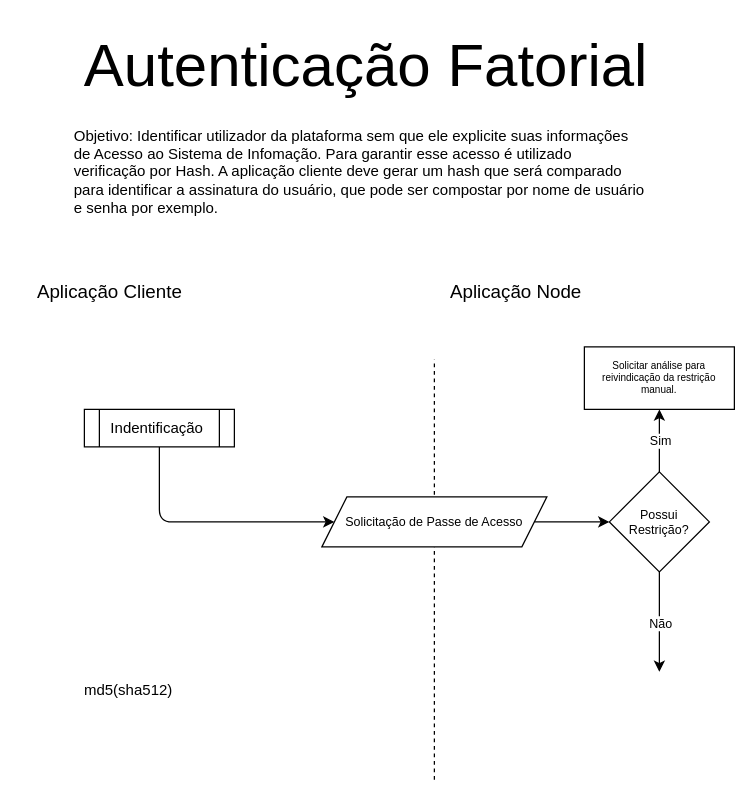
Before: diagrama-geral.drawio in ci-dev-br/-xN-Apps-docs, a draw.io diagram. Source tidied: cells renumbered, new cells numbered last; positions are measured from the earlier drawing's top-left corner, leaving out a move shared by most shapes. Both pictures are drawn from the tidied source at 125%, with x=0, y=0 at pixel (21, 21).
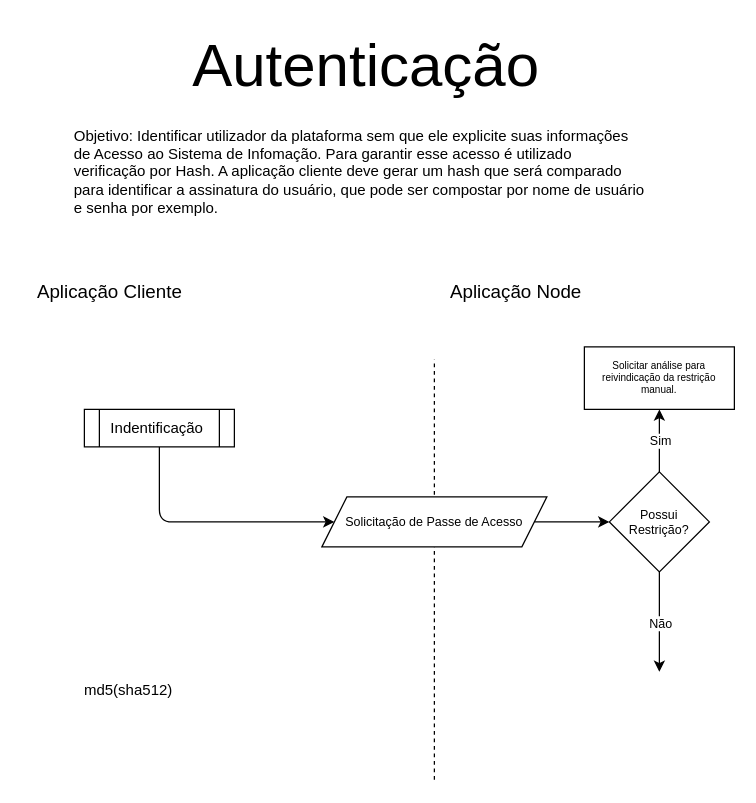
Above is the later version.

Diff of the diagram source:
```diff
@@
-    <mxCell id="2" value="Autenticação Fatorial" style="text;html=1;align=center;verticalAlign=middle;strokeColor=none;fillColor=none;fontSize=48;" parent="1" vertex="1">
-      <mxGeometry x="40" width="470" height="70" as="geometry" />
+    <mxCell id="2" value="Autenticação" style="text;html=1;align=center;verticalAlign=middle;strokeColor=none;fillColor=none;fontSize=48;" parent="1" vertex="1">
+      <mxGeometry x="125" width="300" height="70" as="geometry" />
     </mxCell>
```
